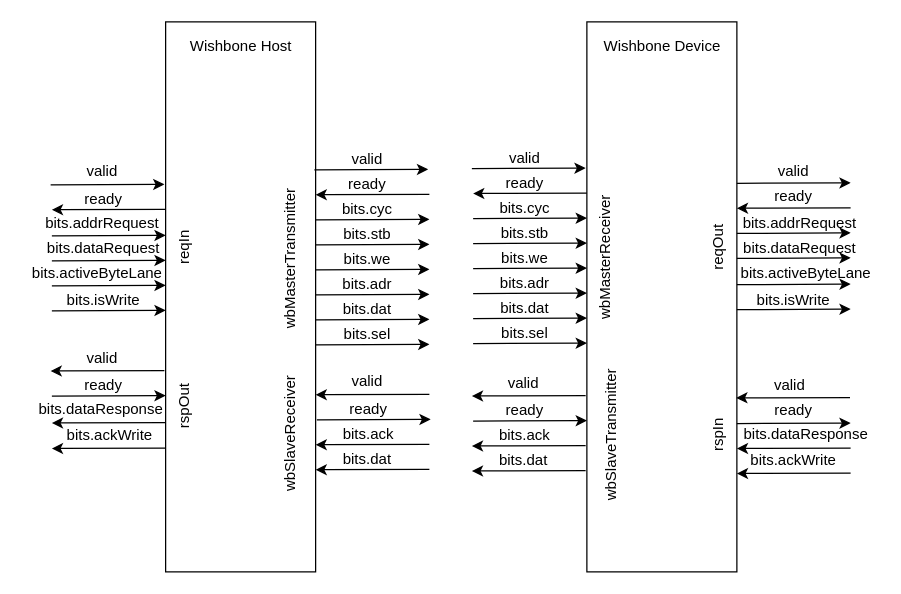
merledu/caravan keeps this draw.io diagram as page "WB_Host" (1 of 2) of doc/wishbone.drawio. Above is the earlier version. Source tidied: cells renumbered, new cells numbered last; positions are measured from the earlier drawing's top-left corner, leaving out a move shared by most shapes. Both pictures are drawn from the tidied source at 125%, with x=0, y=0 at pixel (21, 21).
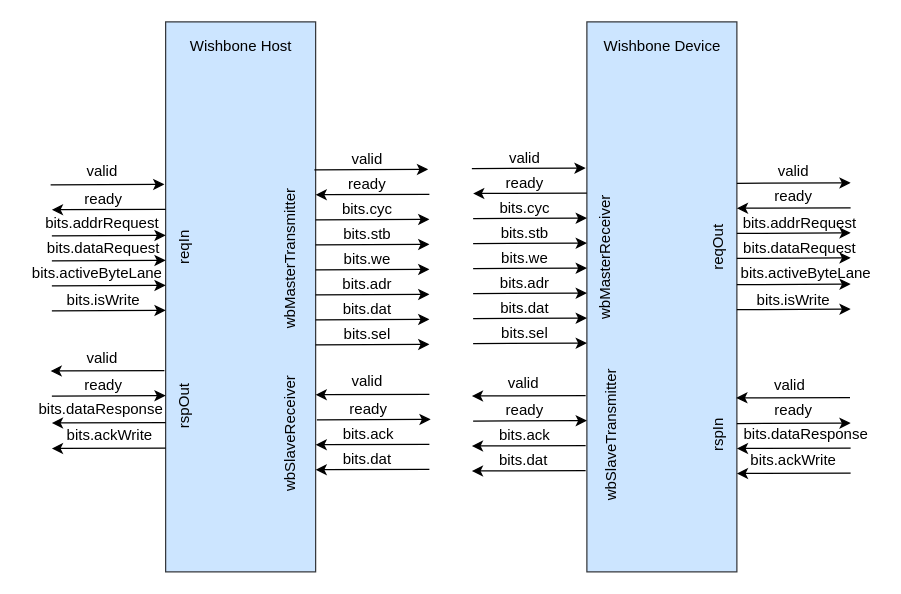
The same page after the edit.

Diff of the diagram source:
```diff
@@
-    <mxCell id="2" style="rounded=0;whiteSpace=wrap;html=1;" parent="1" vertex="1">
+    <mxCell id="2" style="rounded=0;whiteSpace=wrap;html=1;fillColor=#cce5ff;strokeColor=#36393d;" parent="1" vertex="1">
       <mxGeometry x="115" width="120" height="440" as="geometry" />
     </mxCell>
@@
-    <mxCell id="51" style="rounded=0;whiteSpace=wrap;html=1;" parent="1" vertex="1">
+    <mxCell id="51" style="rounded=0;whiteSpace=wrap;html=1;fillColor=#cce5ff;strokeColor=#36393d;" parent="1" vertex="1">
       <mxGeometry x="452" width="120" height="440" as="geometry" />
     </mxCell>
```
